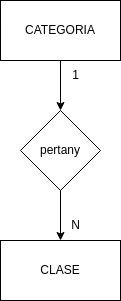
Earlier version of the draw.io export M02UF2-A8/E/R.drawio.png (laasso/BBDD_SQL). Source tidied: cells renumbered, new cells last; positions are measured from the earlier drawing's top-left corner, leaving out a move shared by most shapes.
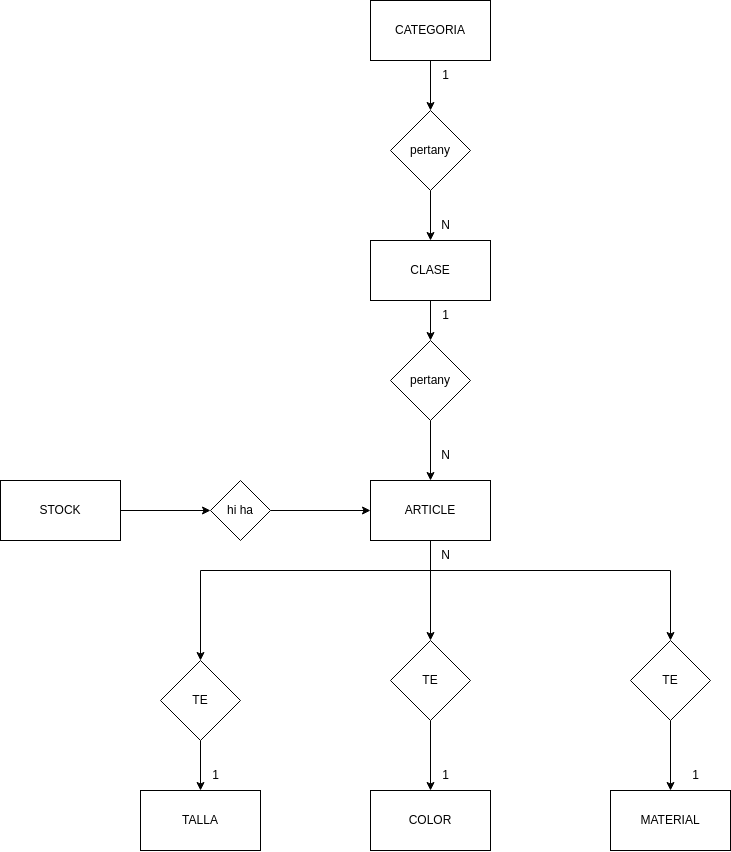
Later version of the same file.

Commit message:
Modelo casi acabado

The edit, as a diff of the source:
```diff
@@ -2,6 +2,9 @@
   <root>
     <mxCell id="0" />
     <mxCell id="1" parent="0" />
+    <mxCell id="9" style="edgeStyle=orthogonalEdgeStyle;rounded=0;jettySize=auto;html=1;entryX=0.5;entryY=0;entryDx=0;entryDy=0;" parent="1" edge="1" source="2" target="15">
+      <mxGeometry relative="1" as="geometry" />
+    </mxCell>
     <mxCell id="2" value="CLASE" style="rounded=0;whiteSpace=wrap;html=1;" parent="1" vertex="1">
       <mxGeometry y="240" width="120" height="60" as="geometry" />
     </mxCell>
@@ -23,5 +26,90 @@
     <mxCell id="8" value="N" style="text;html=1;align=center;verticalAlign=middle;strokeColor=none;fillColor=none;" parent="1" vertex="1">
       <mxGeometry x="60" y="210" width="30" height="30" as="geometry" />
     </mxCell>
+    <mxCell id="10" style="edgeStyle=orthogonalEdgeStyle;rounded=0;jettySize=auto;html=1;" parent="1" edge="1" source="13" target="24">
+      <mxGeometry relative="1" as="geometry" />
+    </mxCell>
+    <mxCell id="11" style="edgeStyle=orthogonalEdgeStyle;rounded=0;jettySize=auto;html=1;" parent="1" edge="1" source="13" target="28">
+      <mxGeometry relative="1" as="geometry">
+        <Array as="points">
+          <mxPoint x="60" y="570" />
+          <mxPoint x="-170" y="570" />
+        </Array>
+      </mxGeometry>
+    </mxCell>
+    <mxCell id="12" style="edgeStyle=orthogonalEdgeStyle;rounded=0;jettySize=auto;html=1;" parent="1" edge="1" source="13" target="26">
+      <mxGeometry relative="1" as="geometry">
+        <Array as="points">
+          <mxPoint x="60" y="570" />
+          <mxPoint x="300" y="570" />
+        </Array>
+      </mxGeometry>
+    </mxCell>
+    <mxCell id="13" value="ARTICLE" style="whiteSpace=wrap;html=1;" parent="1" vertex="1">
+      <mxGeometry y="480" width="120" height="60" as="geometry" />
+    </mxCell>
+    <mxCell id="14" style="edgeStyle=orthogonalEdgeStyle;rounded=0;jettySize=auto;html=1;entryX=0.5;entryY=0;entryDx=0;entryDy=0;" parent="1" edge="1" source="15" target="13">
+      <mxGeometry relative="1" as="geometry" />
+    </mxCell>
+    <mxCell id="15" value="pertany" style="rhombus;whiteSpace=wrap;html=1;" parent="1" vertex="1">
+      <mxGeometry x="20" y="340" width="80" height="80" as="geometry" />
+    </mxCell>
+    <mxCell id="16" value="1" style="text;html=1;align=center;verticalAlign=middle;strokeColor=none;fillColor=none;" parent="1" vertex="1">
+      <mxGeometry x="60" y="300" width="30" height="30" as="geometry" />
+    </mxCell>
+    <mxCell id="17" value="N" style="text;html=1;align=center;verticalAlign=middle;strokeColor=none;fillColor=none;" parent="1" vertex="1">
+      <mxGeometry x="60" y="440" width="30" height="30" as="geometry" />
+    </mxCell>
+    <mxCell id="18" value="TALLA" style="whiteSpace=wrap;html=1;" parent="1" vertex="1">
+      <mxGeometry x="-230" y="790" width="120" height="60" as="geometry" />
+    </mxCell>
+    <mxCell id="19" value="COLOR" style="whiteSpace=wrap;html=1;" parent="1" vertex="1">
+      <mxGeometry y="790" width="120" height="60" as="geometry" />
+    </mxCell>
+    <mxCell id="20" value="MATERIAL" style="whiteSpace=wrap;html=1;" parent="1" vertex="1">
+      <mxGeometry x="240" y="790" width="120" height="60" as="geometry" />
+    </mxCell>
+    <mxCell id="21" style="edgeStyle=orthogonalEdgeStyle;rounded=0;jettySize=auto;html=1;entryX=0;entryY=0.5;entryDx=0;entryDy=0;" parent="1" edge="1" source="22" target="34">
+      <mxGeometry relative="1" as="geometry" />
+    </mxCell>
+    <mxCell id="22" value="STOCK" style="whiteSpace=wrap;html=1;" parent="1" vertex="1">
+      <mxGeometry x="-370" y="480" width="120" height="60" as="geometry" />
+    </mxCell>
+    <mxCell id="23" style="edgeStyle=orthogonalEdgeStyle;rounded=0;jettySize=auto;html=1;" parent="1" edge="1" source="24" target="19">
+      <mxGeometry relative="1" as="geometry" />
+    </mxCell>
+    <mxCell id="24" value="TE" style="rhombus;whiteSpace=wrap;html=1;" parent="1" vertex="1">
+      <mxGeometry x="20" y="640" width="80" height="80" as="geometry" />
+    </mxCell>
+    <mxCell id="25" style="edgeStyle=orthogonalEdgeStyle;rounded=0;jettySize=auto;html=1;" parent="1" edge="1" source="26" target="20">
+      <mxGeometry relative="1" as="geometry" />
+    </mxCell>
+    <mxCell id="26" value="TE" style="rhombus;whiteSpace=wrap;html=1;" parent="1" vertex="1">
+      <mxGeometry x="260" y="640" width="80" height="80" as="geometry" />
+    </mxCell>
+    <mxCell id="27" style="edgeStyle=orthogonalEdgeStyle;rounded=0;jettySize=auto;html=1;" parent="1" edge="1" source="28" target="18">
+      <mxGeometry relative="1" as="geometry" />
+    </mxCell>
+    <mxCell id="28" value="TE" style="rhombus;whiteSpace=wrap;html=1;" parent="1" vertex="1">
+      <mxGeometry x="-210" y="660" width="80" height="80" as="geometry" />
+    </mxCell>
+    <mxCell id="29" value="N" style="text;html=1;align=center;verticalAlign=middle;strokeColor=none;fillColor=none;" parent="1" vertex="1">
+      <mxGeometry x="60" y="540" width="30" height="30" as="geometry" />
+    </mxCell>
+    <mxCell id="30" value="1" style="text;html=1;align=center;verticalAlign=middle;strokeColor=none;fillColor=none;" parent="1" vertex="1">
+      <mxGeometry x="-170" y="760" width="30" height="30" as="geometry" />
+    </mxCell>
+    <mxCell id="31" value="1" style="text;html=1;align=center;verticalAlign=middle;strokeColor=none;fillColor=none;" parent="1" vertex="1">
+      <mxGeometry x="60" y="760" width="30" height="30" as="geometry" />
+    </mxCell>
+    <mxCell id="32" value="1" style="text;html=1;align=center;verticalAlign=middle;strokeColor=none;fillColor=none;" parent="1" vertex="1">
+      <mxGeometry x="310" y="760" width="30" height="30" as="geometry" />
+    </mxCell>
+    <mxCell id="33" style="edgeStyle=orthogonalEdgeStyle;rounded=0;jettySize=auto;html=1;entryX=0;entryY=0.5;entryDx=0;entryDy=0;" parent="1" edge="1" source="34" target="13">
+      <mxGeometry relative="1" as="geometry" />
+    </mxCell>
+    <mxCell id="34" value="hi ha" style="rhombus;whiteSpace=wrap;html=1;" parent="1" vertex="1">
+      <mxGeometry x="-160" y="480" width="60" height="60" as="geometry" />
+    </mxCell>
   </root>
 </mxGraphModel>
```
